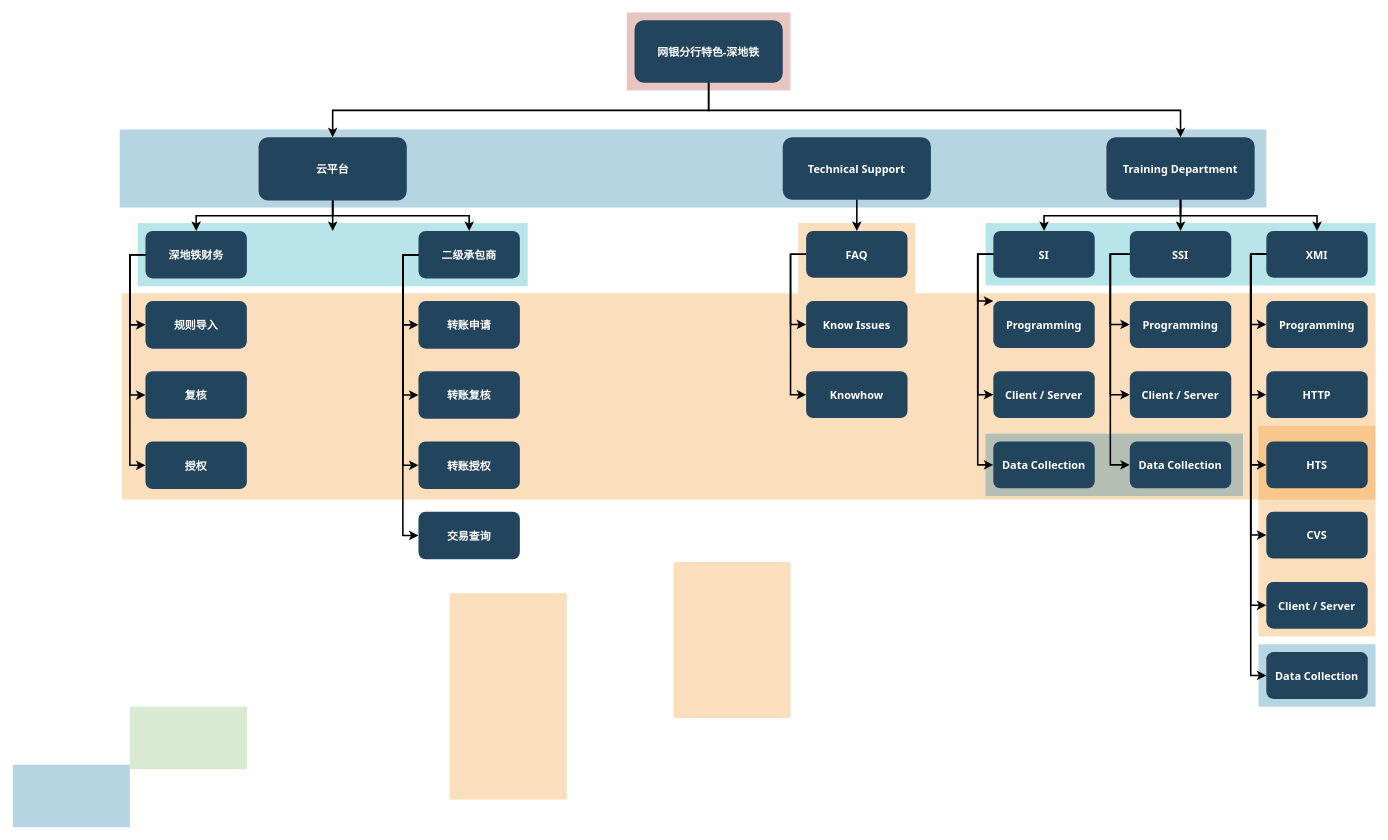
This is Untitled Diagram.drawio from qinweidy/flow, a draw.io file, before an edit. Source tidied: cells renumbered, new cells numbered last; positions are measured from the earlier drawing's top-left corner, leaving out a move shared by most shapes. Both pictures are drawn from the tidied source at 78%, with x=0, y=0 at pixel (12, 12).
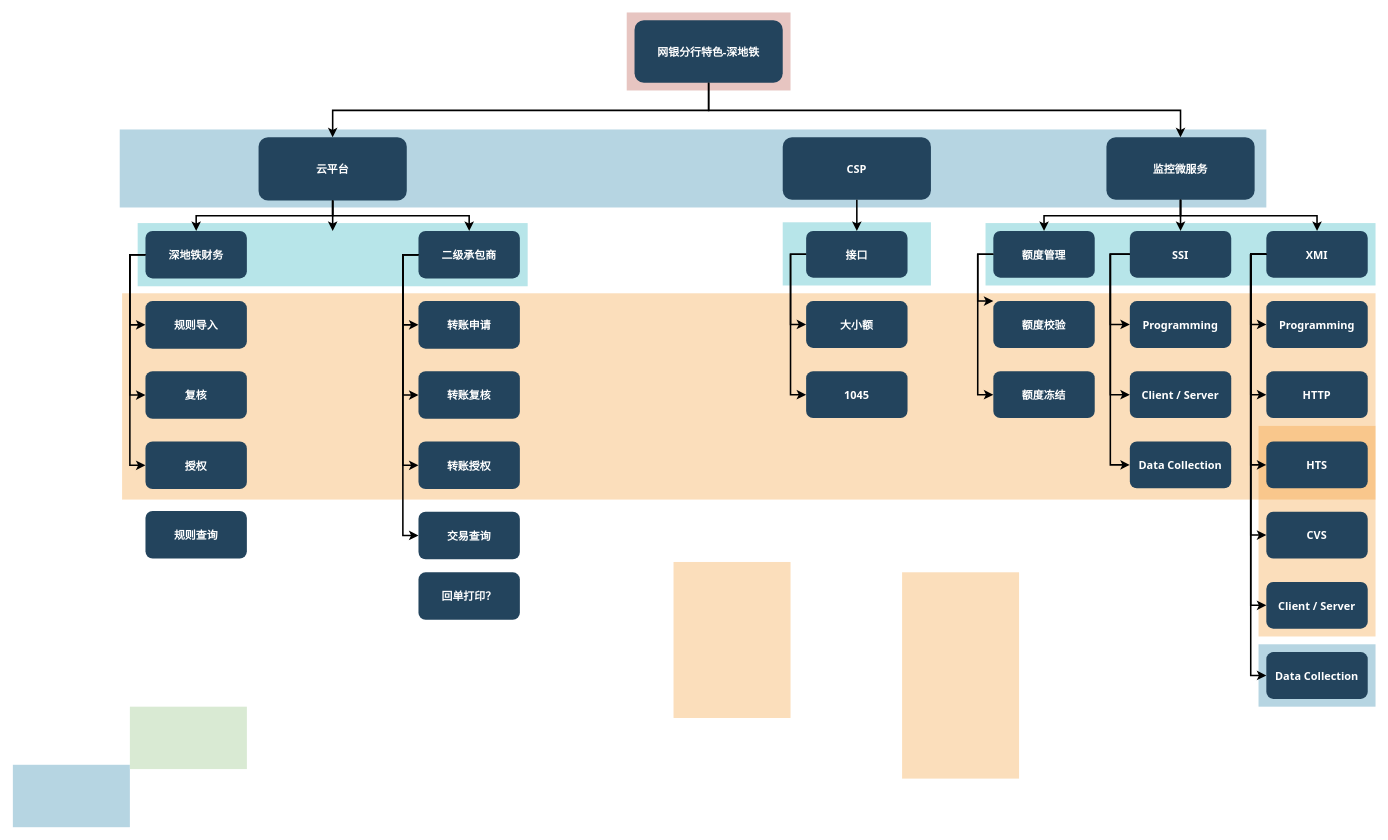
After the change.

Change to the diagram source:
```diff
@@
+    <mxCell id="76" style="fillColor=#12AAB5;strokeColor=none;opacity=30;" parent="1" vertex="1">
+      <mxGeometry x="987" y="268.5" width="190" height="81" as="geometry" />
+    </mxCell>
@@
-    <mxCell id="6" style="fillColor=#F2931E;strokeColor=none;opacity=30;" parent="1" vertex="1">
-      <mxGeometry x="1007" y="269.5" width="150" height="90" as="geometry" />
-    </mxCell>
@@
-    <mxCell id="9" style="fillColor=#10739E;strokeColor=none;opacity=30;" parent="1" vertex="1">
-      <mxGeometry x="1247" y="539.5" width="330" height="80" as="geometry" />
-    </mxCell>
@@
-    <mxCell id="14" value="Training Department" style="rounded=1;fillColor=#23445D;gradientColor=none;strokeColor=none;fontColor=#FFFFFF;fontStyle=1;fontFamily=Tahoma;fontSize=14;" parent="1" vertex="1">
+    <mxCell id="14" value="监控微服务" style="rounded=1;fillColor=#23445D;gradientColor=none;strokeColor=none;fontColor=#FFFFFF;fontStyle=1;fontFamily=Tahoma;fontSize=14;" parent="1" vertex="1">
       <mxGeometry x="1402" y="159.5" width="190" height="80" as="geometry" />
     </mxCell>
@@
-    <mxCell id="16" value="Technical Support" style="rounded=1;fillColor=#23445D;gradientColor=none;strokeColor=none;fontColor=#FFFFFF;fontStyle=1;fontFamily=Tahoma;fontSize=14;" parent="1" vertex="1">
+    <mxCell id="16" value="CSP" style="rounded=1;fillColor=#23445D;gradientColor=none;strokeColor=none;fontColor=#FFFFFF;fontStyle=1;fontFamily=Tahoma;fontSize=14;" parent="1" vertex="1">
       <mxGeometry x="987" y="159.5" width="190" height="80" as="geometry" />
     </mxCell>
-    <mxCell id="17" value="FAQ" style="rounded=1;fillColor=#23445D;gradientColor=none;strokeColor=none;fontColor=#FFFFFF;fontStyle=1;fontFamily=Tahoma;fontSize=14;" parent="1" vertex="1">
+    <mxCell id="17" value="接口" style="rounded=1;fillColor=#23445D;gradientColor=none;strokeColor=none;fontColor=#FFFFFF;fontStyle=1;fontFamily=Tahoma;fontSize=14;" parent="1" vertex="1">
       <mxGeometry x="1017" y="279.5" width="130" height="60" as="geometry" />
     </mxCell>
-    <mxCell id="18" value="Know Issues" style="rounded=1;fillColor=#23445D;gradientColor=none;strokeColor=none;fontColor=#FFFFFF;fontStyle=1;fontFamily=Tahoma;fontSize=14;" parent="1" vertex="1">
+    <mxCell id="18" value="大小额" style="rounded=1;fillColor=#23445D;gradientColor=none;strokeColor=none;fontColor=#FFFFFF;fontStyle=1;fontFamily=Tahoma;fontSize=14;" parent="1" vertex="1">
       <mxGeometry x="1017" y="369.5" width="130" height="60" as="geometry" />
     </mxCell>
-    <mxCell id="19" value="Knowhow" style="rounded=1;fillColor=#23445D;gradientColor=none;strokeColor=none;fontColor=#FFFFFF;fontStyle=1;fontFamily=Tahoma;fontSize=14;" parent="1" vertex="1">
+    <mxCell id="19" value="1045" style="rounded=1;fillColor=#23445D;gradientColor=none;strokeColor=none;fontColor=#FFFFFF;fontStyle=1;fontFamily=Tahoma;fontSize=14;" parent="1" vertex="1">
       <mxGeometry x="1017" y="459.5" width="130" height="60" as="geometry" />
     </mxCell>
-    <mxCell id="20" value="SI" style="rounded=1;fillColor=#23445D;gradientColor=none;strokeColor=none;fontColor=#FFFFFF;fontStyle=1;fontFamily=Tahoma;fontSize=14;" parent="1" vertex="1">
+    <mxCell id="20" value="额度管理" style="rounded=1;fillColor=#23445D;gradientColor=none;strokeColor=none;fontColor=#FFFFFF;fontStyle=1;fontFamily=Tahoma;fontSize=14;" parent="1" vertex="1">
       <mxGeometry x="1257" y="279.5" width="130" height="60" as="geometry" />
     </mxCell>
-    <mxCell id="21" value="Programming" style="rounded=1;fillColor=#23445D;gradientColor=none;strokeColor=none;fontColor=#FFFFFF;fontStyle=1;fontFamily=Tahoma;fontSize=14;" parent="1" vertex="1">
+    <mxCell id="21" value="额度校验" style="rounded=1;fillColor=#23445D;gradientColor=none;strokeColor=none;fontColor=#FFFFFF;fontStyle=1;fontFamily=Tahoma;fontSize=14;" parent="1" vertex="1">
       <mxGeometry x="1257" y="369.5" width="130" height="60" as="geometry" />
     </mxCell>
-    <mxCell id="22" value="Client / Server" style="rounded=1;fillColor=#23445D;gradientColor=none;strokeColor=none;fontColor=#FFFFFF;fontStyle=1;fontFamily=Tahoma;fontSize=14;" parent="1" vertex="1">
+    <mxCell id="22" value="额度冻结" style="rounded=1;fillColor=#23445D;gradientColor=none;strokeColor=none;fontColor=#FFFFFF;fontStyle=1;fontFamily=Tahoma;fontSize=14;" parent="1" vertex="1">
       <mxGeometry x="1257" y="459.5" width="130" height="60" as="geometry" />
     </mxCell>
-    <mxCell id="23" value="Data Collection" style="rounded=1;fillColor=#23445D;gradientColor=none;strokeColor=none;fontColor=#FFFFFF;fontStyle=1;fontFamily=Tahoma;fontSize=14;" parent="1" vertex="1">
-      <mxGeometry x="1257" y="549.5" width="130" height="60" as="geometry" />
-    </mxCell>
@@
-    <mxCell id="40" style="edgeStyle=elbowEdgeStyle;elbow=horizontal;strokeWidth=2;rounded=0;" parent="1" edge="1" source="20" target="23">
-      <mxGeometry x="-23" y="135.5" as="geometry">
-        <Array as="points">
-          <mxPoint x="1237" y="449.5" />
-        </Array>
-      </mxGeometry>
-    </mxCell>
@@
     <mxCell id="75" style="fillColor=#F2931E;strokeColor=none;opacity=30;" parent="1" vertex="1">
-      <mxGeometry x="560" y="744" width="150" height="264.5" as="geometry" />
+      <mxGeometry x="1140" y="717.2" width="150" height="264.5" as="geometry" />
     </mxCell>
+    <mxCell id="77" value="回单打印？" style="rounded=1;fillColor=#23445D;gradientColor=none;strokeColor=none;fontColor=#FFFFFF;fontStyle=1;fontFamily=Tahoma;fontSize=14;" parent="1" vertex="1">
+      <mxGeometry x="520" y="717.2" width="130" height="61" as="geometry" />
+    </mxCell>
+    <mxCell id="78" value="规则查询" style="rounded=1;fillColor=#23445D;gradientColor=none;strokeColor=none;fontColor=#FFFFFF;fontStyle=1;fontFamily=Tahoma;fontSize=14;" parent="1" vertex="1">
+      <mxGeometry x="170" y="638.5" width="130" height="61" as="geometry" />
+    </mxCell>
```
